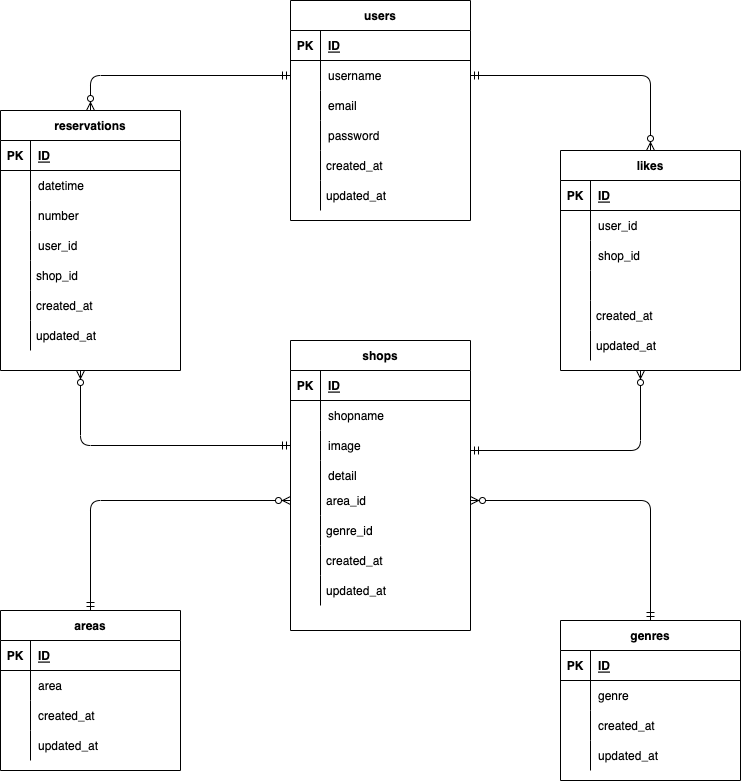
Before: index.drawio.png, a diagram exported from draw.io (domaeyoshihiro/coachtech-advanced-ec-site). Source tidied: cells renumbered, new cells last; positions are measured from the earlier drawing's top-left corner, leaving out a move shared by most shapes.
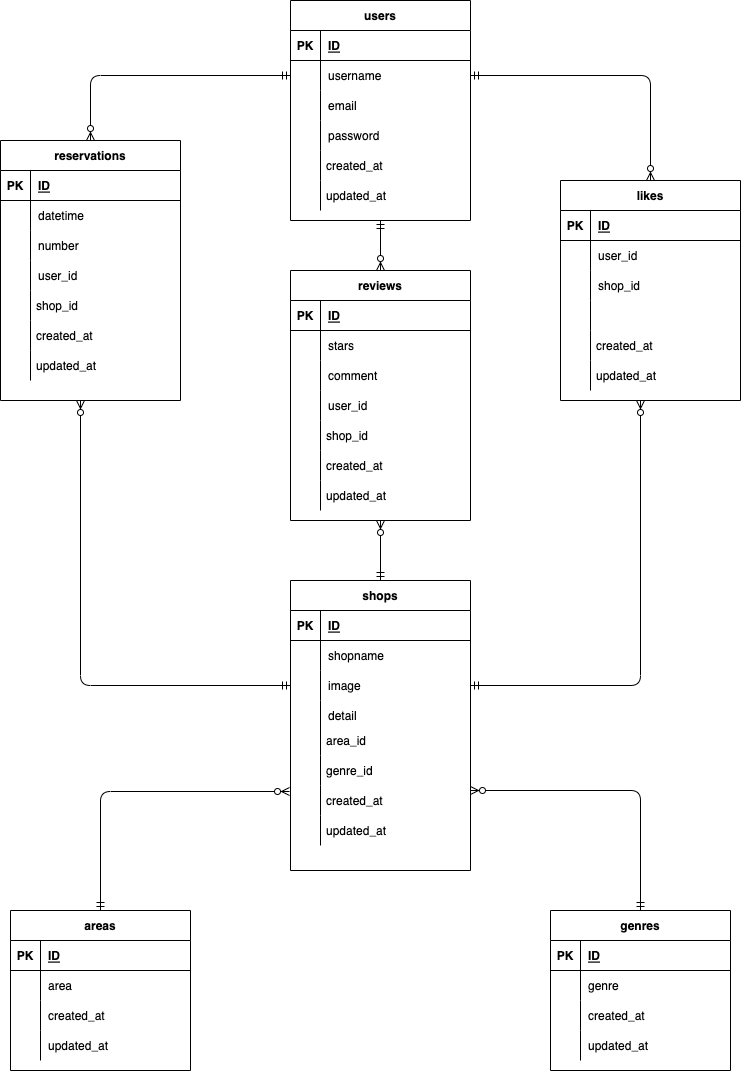
Above is the later version.

What changed in the source:
```diff
@@ -3,7 +3,7 @@
     <mxCell id="0" />
     <mxCell id="1" parent="0" />
     <mxCell id="2" value="users" style="shape=table;startSize=30;rowLines=0;fontStyle=1;align=center;" parent="1" vertex="1">
-      <mxGeometry x="290" width="180" height="220" as="geometry" />
+      <mxGeometry x="290" y="-30" width="180" height="220" as="geometry" />
     </mxCell>
     <mxCell id="3" style="shape=partialRectangle;fillColor=none;top=0;left=0;bottom=1;right=0;" parent="2" vertex="1">
       <mxGeometry y="30" width="180" height="30" as="geometry" />
@@ -42,19 +42,19 @@
       <mxGeometry x="30" width="150" height="30" as="geometry" />
     </mxCell>
     <mxCell id="15" value="created_at" style="shape=partialRectangle;fillColor=none;align=left;verticalAlign=middle;strokeColor=none;spacingLeft=34;" parent="1" vertex="1">
-      <mxGeometry x="290" y="150" width="90" height="30" as="geometry" />
+      <mxGeometry x="290" y="120" width="90" height="30" as="geometry" />
     </mxCell>
     <mxCell id="16" style="shape=partialRectangle;top=0;left=0;bottom=0;fillColor=none;stokeWidth=1;align=left;verticalAlign=middle;spacingLeft=4;spacingRight=4;overflow=hidden;" parent="15" vertex="1">
       <mxGeometry width="30" height="30" as="geometry" />
     </mxCell>
     <mxCell id="17" value="updated_at" style="shape=partialRectangle;fillColor=none;align=left;verticalAlign=middle;strokeColor=none;spacingLeft=34;" parent="1" vertex="1">
-      <mxGeometry x="290" y="180" width="90" height="30" as="geometry" />
+      <mxGeometry x="290" y="150" width="90" height="30" as="geometry" />
     </mxCell>
     <mxCell id="18" style="shape=partialRectangle;top=0;left=0;bottom=0;fillColor=none;stokeWidth=1;align=left;verticalAlign=middle;spacingLeft=4;spacingRight=4;overflow=hidden;" parent="17" vertex="1">
       <mxGeometry width="30" height="30" as="geometry" />
     </mxCell>
     <mxCell id="19" value="shops" style="shape=table;startSize=30;rowLines=0;fontStyle=1;align=center;" parent="1" vertex="1">
-      <mxGeometry x="290" y="340" width="180" height="290" as="geometry" />
+      <mxGeometry x="290" y="550" width="180" height="290" as="geometry" />
     </mxCell>
     <mxCell id="20" style="shape=partialRectangle;fillColor=none;top=0;left=0;bottom=1;right=0;" parent="19" vertex="1">
       <mxGeometry y="30" width="180" height="30" as="geometry" />
@@ -93,13 +93,13 @@
       <mxGeometry x="30" width="150" height="30" as="geometry" />
     </mxCell>
     <mxCell id="32" value="area_id" style="shape=partialRectangle;fillColor=none;align=left;verticalAlign=middle;strokeColor=none;spacingLeft=34;points=[[0,0.5],[1,0.5]];portConstraint=eastwest;" parent="1" vertex="1">
-      <mxGeometry x="290" y="485" width="90" height="30" as="geometry" />
+      <mxGeometry x="290" y="695" width="90" height="30" as="geometry" />
     </mxCell>
     <mxCell id="33" style="shape=partialRectangle;top=0;left=0;bottom=0;fillColor=none;stokeWidth=1;align=left;verticalAlign=middle;spacingLeft=4;spacingRight=4;overflow=hidden;" parent="32" vertex="1">
       <mxGeometry width="30" height="30" as="geometry" />
     </mxCell>
     <mxCell id="34" value="genre_id" style="shape=partialRectangle;fillColor=none;align=left;verticalAlign=middle;strokeColor=none;spacingLeft=34;" parent="1" vertex="1">
-      <mxGeometry x="290" y="515" width="90" height="30" as="geometry" />
+      <mxGeometry x="290" y="725" width="90" height="30" as="geometry" />
     </mxCell>
     <mxCell id="35" style="shape=partialRectangle;top=0;left=0;bottom=0;fillColor=none;stokeWidth=1;align=left;verticalAlign=middle;spacingLeft=4;spacingRight=4;overflow=hidden;" parent="34" vertex="1">
       <mxGeometry width="30" height="30" as="geometry" />
@@ -156,7 +156,7 @@
       <mxGeometry width="30" height="30" as="geometry" />
     </mxCell>
     <mxCell id="53" value="areas" style="shape=table;startSize=30;rowLines=0;fontStyle=1;align=center;" parent="1" vertex="1">
-      <mxGeometry y="610" width="180" height="160" as="geometry" />
+      <mxGeometry x="10" y="880" width="180" height="160" as="geometry" />
     </mxCell>
     <mxCell id="54" style="shape=partialRectangle;fillColor=none;top=0;left=0;bottom=1;right=0;" parent="53" vertex="1">
       <mxGeometry y="30" width="180" height="30" as="geometry" />
@@ -246,7 +246,7 @@
       <mxGeometry width="30" height="30" as="geometry" />
     </mxCell>
     <mxCell id="83" value="genres" style="shape=table;startSize=30;rowLines=0;fontStyle=1;align=center;" parent="1" vertex="1">
-      <mxGeometry x="560" y="620" width="180" height="160" as="geometry" />
+      <mxGeometry x="550" y="880" width="180" height="160" as="geometry" />
     </mxCell>
     <mxCell id="84" style="shape=partialRectangle;fillColor=none;top=0;left=0;bottom=1;right=0;" parent="83" vertex="1">
       <mxGeometry y="30" width="180" height="30" as="geometry" />
@@ -287,9 +287,8 @@
     <mxCell id="96" style="edgeStyle=orthogonalEdgeStyle;fontSize=12;html=1;endArrow=ERzeroToMany;startArrow=ERmandOne;exitX=1;exitY=0.5;exitDx=0;exitDy=0;entryX=0.5;entryY=0;entryDx=0;entryDy=0;" parent="1" edge="1" source="6" target="66">
       <mxGeometry relative="1" as="geometry" />
     </mxCell>
-    <mxCell id="97" style="edgeStyle=orthogonalEdgeStyle;fontSize=12;html=1;endArrow=ERzeroToMany;startArrow=ERmandOne;" parent="1" edge="1">
+    <mxCell id="97" style="edgeStyle=orthogonalEdgeStyle;fontSize=12;html=1;endArrow=ERzeroToMany;startArrow=ERmandOne;exitX=1;exitY=0.5;exitDx=0;exitDy=0;" parent="1" edge="1" source="26">
       <mxGeometry relative="1" as="geometry">
-        <mxPoint x="470" y="450" as="sourcePoint" />
         <mxPoint x="640" y="370" as="targetPoint" />
       </mxGeometry>
     </mxCell>
@@ -307,28 +306,91 @@
     <mxCell id="101" style="shape=partialRectangle;top=0;left=0;bottom=0;fillColor=none;stokeWidth=1;align=left;verticalAlign=middle;spacingLeft=4;spacingRight=4;overflow=hidden;" parent="100" vertex="1">
       <mxGeometry width="30" height="30" as="geometry" />
     </mxCell>
-    <mxCell id="102" style="edgeStyle=orthogonalEdgeStyle;fontSize=12;html=1;endArrow=ERzeroToMany;startArrow=ERmandOne;exitX=0.5;exitY=0;exitDx=0;exitDy=0;entryX=0;entryY=0.5;entryDx=0;entryDy=0;" parent="1" edge="1" source="53" target="32">
+    <mxCell id="102" style="edgeStyle=orthogonalEdgeStyle;fontSize=12;html=1;endArrow=ERzeroToMany;startArrow=ERmandOne;exitX=0.5;exitY=0;exitDx=0;exitDy=0;entryX=-0.011;entryY=0.2;entryDx=0;entryDy=0;entryPerimeter=0;" parent="1" edge="1" source="53" target="103">
       <mxGeometry relative="1" as="geometry" />
     </mxCell>
     <mxCell id="103" value="created_at" style="shape=partialRectangle;fillColor=none;align=left;verticalAlign=middle;strokeColor=none;spacingLeft=34;points=[[0,0.5],[1,0.5]];portConstraint=eastwest;" parent="1" vertex="1">
-      <mxGeometry x="290" y="545" width="90" height="30" as="geometry" />
+      <mxGeometry x="290" y="755" width="90" height="30" as="geometry" />
     </mxCell>
     <mxCell id="104" style="shape=partialRectangle;top=0;left=0;bottom=0;fillColor=none;stokeWidth=1;align=left;verticalAlign=middle;spacingLeft=4;spacingRight=4;overflow=hidden;" parent="103" vertex="1">
       <mxGeometry width="30" height="30" as="geometry" />
     </mxCell>
     <mxCell id="105" value="updated_at" style="shape=partialRectangle;fillColor=none;align=left;verticalAlign=middle;strokeColor=none;spacingLeft=34;" parent="1" vertex="1">
-      <mxGeometry x="290" y="575" width="90" height="30" as="geometry" />
+      <mxGeometry x="290" y="785" width="90" height="30" as="geometry" />
     </mxCell>
     <mxCell id="106" style="shape=partialRectangle;top=0;left=0;bottom=0;fillColor=none;stokeWidth=1;align=left;verticalAlign=middle;spacingLeft=4;spacingRight=4;overflow=hidden;" parent="105" vertex="1">
       <mxGeometry width="30" height="30" as="geometry" />
     </mxCell>
     <mxCell id="107" style="edgeStyle=orthogonalEdgeStyle;fontSize=12;html=1;endArrow=ERzeroToMany;startArrow=ERmandOne;exitX=0.5;exitY=0;exitDx=0;exitDy=0;" parent="1" edge="1" source="83">
       <mxGeometry relative="1" as="geometry">
-        <mxPoint x="470" y="500" as="targetPoint" />
+        <mxPoint x="470" y="760" as="targetPoint" />
         <Array as="points">
-          <mxPoint x="650" y="500" />
+          <mxPoint x="640" y="760" />
         </Array>
       </mxGeometry>
     </mxCell>
+    <mxCell id="108" value="reviews" style="shape=table;startSize=30;rowLines=0;fontStyle=1;align=center;" parent="1" vertex="1">
+      <mxGeometry x="290" y="240" width="180" height="250" as="geometry" />
+    </mxCell>
+    <mxCell id="109" style="shape=partialRectangle;fillColor=none;top=0;left=0;bottom=1;right=0;" parent="108" vertex="1">
+      <mxGeometry y="30" width="180" height="30" as="geometry" />
+    </mxCell>
+    <mxCell id="110" value="PK" style="shape=partialRectangle;fillColor=none;top=0;left=0;bottom=0;right=0;fontStyle=1;overflow=hidden;" parent="109" vertex="1">
+      <mxGeometry width="30" height="30" as="geometry" />
+    </mxCell>
+    <mxCell id="111" value="ID" style="shape=partialRectangle;fillColor=none;top=0;left=0;bottom=0;right=0;align=left;spacingLeft=6;fontStyle=5;overflow=hidden;" parent="109" vertex="1">
+      <mxGeometry x="30" width="150" height="30" as="geometry" />
+    </mxCell>
+    <mxCell id="112" style="shape=partialRectangle;fillColor=none;top=0;left=0;bottom=0;right=0;" parent="108" vertex="1">
+      <mxGeometry y="60" width="180" height="30" as="geometry" />
+    </mxCell>
+    <mxCell id="113" style="shape=partialRectangle;fillColor=none;top=0;left=0;bottom=0;right=0;overflow=hidden;" parent="112" vertex="1">
+      <mxGeometry width="30" height="30" as="geometry" />
+    </mxCell>
+    <mxCell id="114" value="stars" style="shape=partialRectangle;fillColor=none;top=0;left=0;bottom=0;right=0;align=left;spacingLeft=6;overflow=hidden;" parent="112" vertex="1">
+      <mxGeometry x="30" width="150" height="30" as="geometry" />
+    </mxCell>
+    <mxCell id="115" style="shape=partialRectangle;fillColor=none;top=0;left=0;bottom=0;right=0;" parent="108" vertex="1">
+      <mxGeometry y="90" width="180" height="30" as="geometry" />
+    </mxCell>
+    <mxCell id="116" style="shape=partialRectangle;fillColor=none;top=0;left=0;bottom=0;right=0;overflow=hidden;" parent="115" vertex="1">
+      <mxGeometry width="30" height="30" as="geometry" />
+    </mxCell>
+    <mxCell id="117" value="comment" style="shape=partialRectangle;fillColor=none;top=0;left=0;bottom=0;right=0;align=left;spacingLeft=6;overflow=hidden;" parent="115" vertex="1">
+      <mxGeometry x="30" width="150" height="30" as="geometry" />
+    </mxCell>
+    <mxCell id="118" style="shape=partialRectangle;fillColor=none;top=0;left=0;bottom=0;right=0;" parent="108" vertex="1">
+      <mxGeometry y="120" width="180" height="30" as="geometry" />
+    </mxCell>
+    <mxCell id="119" style="shape=partialRectangle;fillColor=none;top=0;left=0;bottom=0;right=0;overflow=hidden;" parent="118" vertex="1">
+      <mxGeometry width="30" height="30" as="geometry" />
+    </mxCell>
+    <mxCell id="120" value="user_id" style="shape=partialRectangle;fillColor=none;top=0;left=0;bottom=0;right=0;align=left;spacingLeft=6;overflow=hidden;" parent="118" vertex="1">
+      <mxGeometry x="30" width="150" height="30" as="geometry" />
+    </mxCell>
+    <mxCell id="121" value="shop_id" style="shape=partialRectangle;fillColor=none;align=left;verticalAlign=middle;strokeColor=none;spacingLeft=34;" parent="1" vertex="1">
+      <mxGeometry x="290" y="390" width="90" height="30" as="geometry" />
+    </mxCell>
+    <mxCell id="122" style="shape=partialRectangle;top=0;left=0;bottom=0;fillColor=none;stokeWidth=1;align=left;verticalAlign=middle;spacingLeft=4;spacingRight=4;overflow=hidden;" parent="121" vertex="1">
+      <mxGeometry width="30" height="30" as="geometry" />
+    </mxCell>
+    <mxCell id="123" value="created_at" style="shape=partialRectangle;fillColor=none;align=left;verticalAlign=middle;strokeColor=none;spacingLeft=34;" parent="1" vertex="1">
+      <mxGeometry x="290" y="420" width="90" height="30" as="geometry" />
+    </mxCell>
+    <mxCell id="124" style="shape=partialRectangle;top=0;left=0;bottom=0;fillColor=none;stokeWidth=1;align=left;verticalAlign=middle;spacingLeft=4;spacingRight=4;overflow=hidden;" parent="123" vertex="1">
+      <mxGeometry width="30" height="30" as="geometry" />
+    </mxCell>
+    <mxCell id="125" value="updated_at" style="shape=partialRectangle;fillColor=none;align=left;verticalAlign=middle;strokeColor=none;spacingLeft=34;" parent="1" vertex="1">
+      <mxGeometry x="290" y="450" width="90" height="30" as="geometry" />
+    </mxCell>
+    <mxCell id="126" style="shape=partialRectangle;top=0;left=0;bottom=0;fillColor=none;stokeWidth=1;align=left;verticalAlign=middle;spacingLeft=4;spacingRight=4;overflow=hidden;" parent="125" vertex="1">
+      <mxGeometry width="30" height="30" as="geometry" />
+    </mxCell>
+    <mxCell id="127" style="fontSize=12;html=1;endArrow=ERzeroToMany;startArrow=ERmandOne;entryX=0.5;entryY=0;entryDx=0;entryDy=0;exitX=0.5;exitY=1;exitDx=0;exitDy=0;" parent="1" edge="1" source="2" target="108">
+      <mxGeometry relative="1" as="geometry" />
+    </mxCell>
+    <mxCell id="128" style="fontSize=12;html=1;endArrow=ERzeroToMany;startArrow=ERmandOne;entryX=0.5;entryY=1;entryDx=0;entryDy=0;exitX=0.5;exitY=0;exitDx=0;exitDy=0;" parent="1" edge="1" source="19" target="108">
+      <mxGeometry relative="1" as="geometry" />
+    </mxCell>
   </root>
 </mxGraphModel>
```
